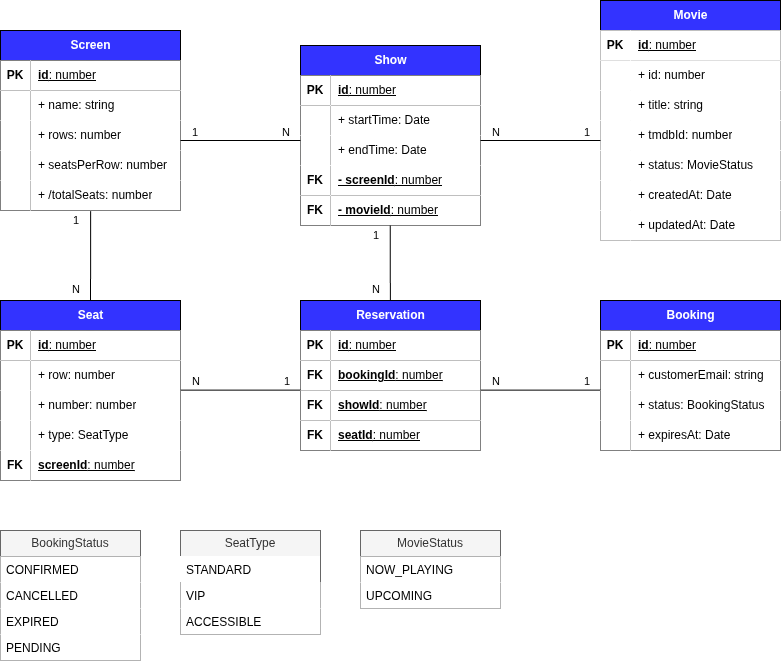
T-Lak/movie-booking-backend keeps this draw.io diagram as assets/er_diagram.png. Above is the earlier version. Source tidied: cells renumbered, new cells last; positions are measured from the earlier drawing's top-left corner, leaving out a move shared by most shapes.
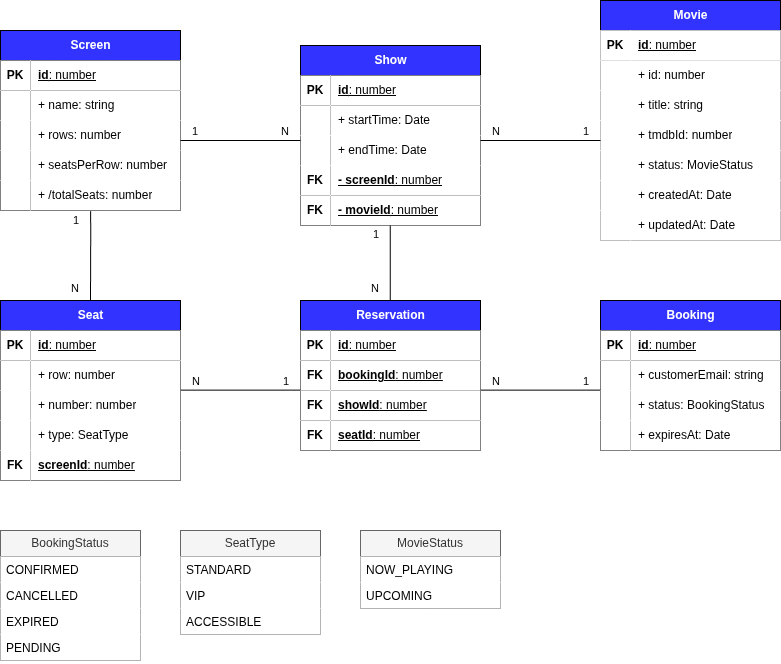
The same file after the commit.

Diff of the diagram source:
```diff
@@ -418,7 +418,7 @@
     <mxCell id="124" value="SeatType" style="swimlane;fontStyle=0;horizontal=1;startSize=26;fillColor=#f5f5f5;whiteSpace=wrap;html=1;fontColor=#333333;strokeColor=#666666;" parent="1" vertex="1">
       <mxGeometry x="180" y="530" width="140" height="104" as="geometry" />
     </mxCell>
-    <mxCell id="125" value="STANDARD" style="text;strokeColor=none;fillColor=default;align=left;verticalAlign=top;spacingLeft=4;spacingRight=4;overflow=hidden;whiteSpace=wrap;html=1;strokeWidth=2;" parent="124" vertex="1">
+    <mxCell id="125" value="STANDARD" style="text;strokeColor=none;fillColor=default;align=left;verticalAlign=top;spacingLeft=4;spacingRight=4;overflow=hidden;whiteSpace=wrap;html=1;" parent="124" vertex="1">
       <mxGeometry y="26" width="140" height="26" as="geometry" />
     </mxCell>
     <mxCell id="126" value="VIP" style="text;strokeColor=none;fillColor=default;align=left;verticalAlign=top;spacingLeft=4;spacingRight=4;overflow=hidden;whiteSpace=wrap;html=1;" parent="124" vertex="1">
```
